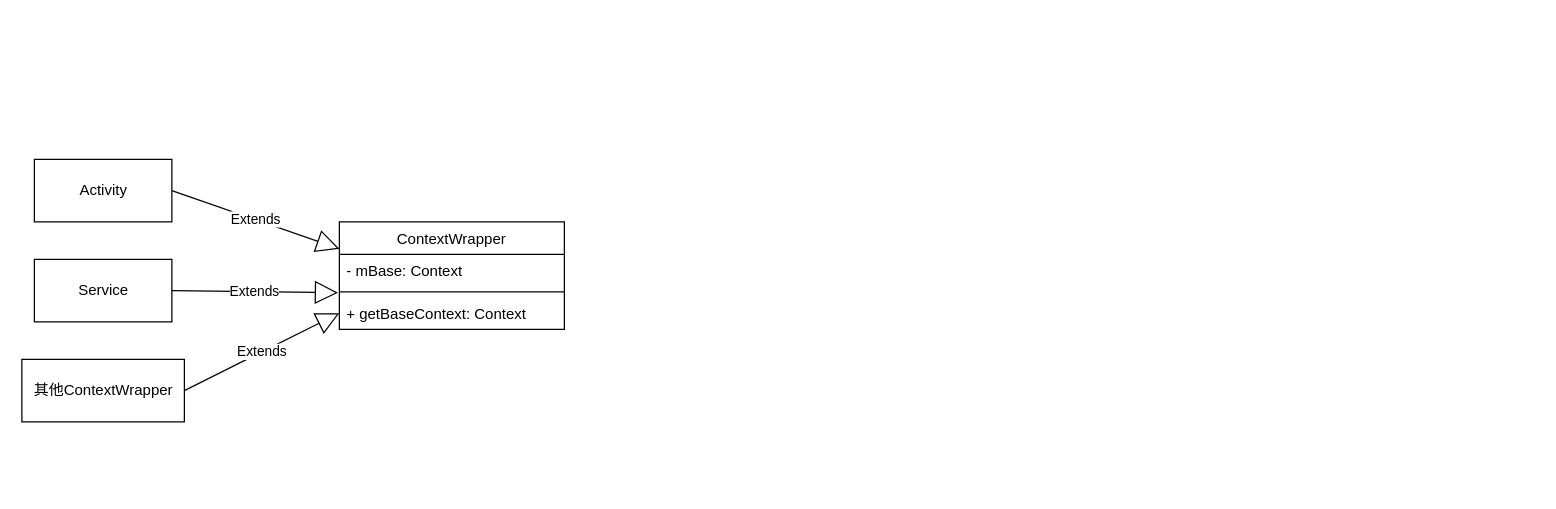
The draw.io diagram Untitled Diagram.drawio in Eanam/PointlessDiagram, before the edit. Source tidied: cells renumbered, new cells numbered last; positions are measured from the earlier drawing's top-left corner, leaving out a move shared by most shapes. Both pictures are drawn from the tidied source at 125%, with x=0, y=0 at pixel (21, 159).
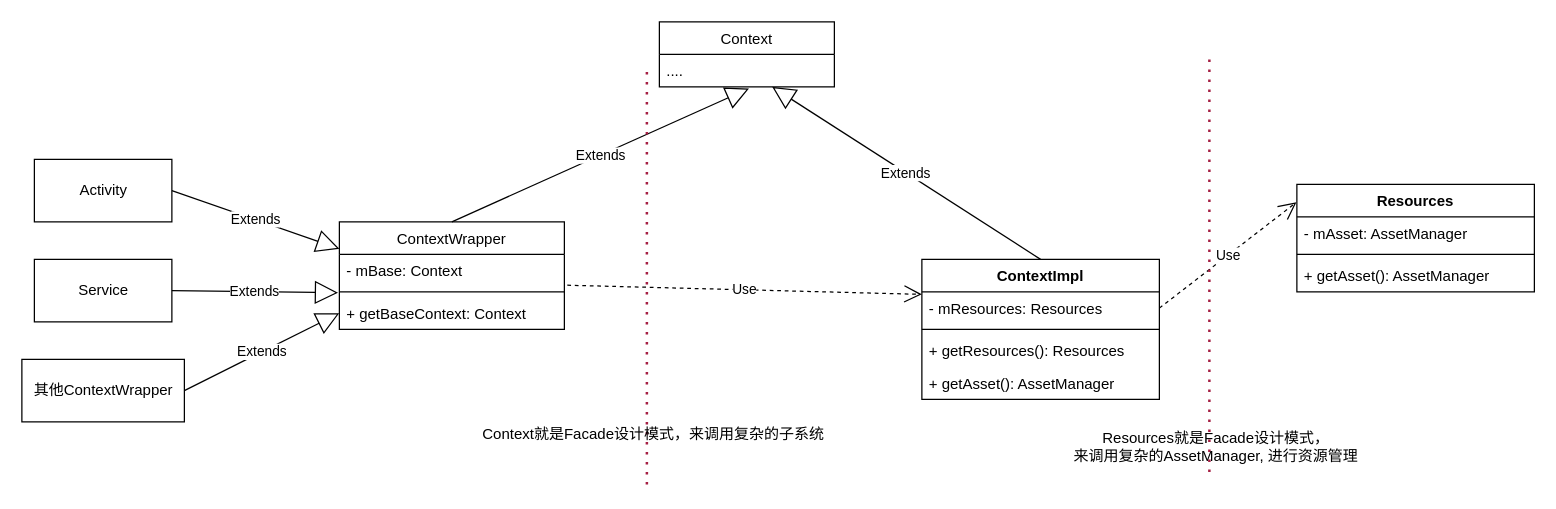
The same diagram, later.

Unchanged cells that the change refers to:
```xml
<mxCell id="5" value="ContextWrapper" style="swimlane;fontStyle=0;horizontal=1;startSize=26;fillColor=none;" parent="1" vertex="1">
  <mxGeometry x="254" y="50" width="180" height="86" as="geometry" />
</mxCell>
<mxCell id="6" value="- mBase: Context" style="text;strokeColor=none;fillColor=none;align=left;verticalAlign=top;spacingLeft=4;spacingRight=4;overflow=hidden;points=[[0,0.5],[1,0.5]];portConstraint=eastwest;" parent="5" vertex="1">
  <mxGeometry y="26" width="180" height="26" as="geometry" />
</mxCell>
```

Diff of the diagram source:
```diff
@@
+    <mxCell id="12" value="ContextImpl" style="swimlane;fontStyle=1;align=center;verticalAlign=top;horizontal=1;startSize=26;" parent="1" vertex="1">
+      <mxGeometry x="720" y="80" width="190" height="112" as="geometry" />
+    </mxCell>
+    <mxCell id="13" value="- mResources: Resources" style="text;strokeColor=none;fillColor=none;align=left;verticalAlign=top;spacingLeft=4;spacingRight=4;overflow=hidden;points=[[0,0.5],[1,0.5]];portConstraint=eastwest;" parent="12" vertex="1">
+      <mxGeometry y="26" width="190" height="26" as="geometry" />
+    </mxCell>
+    <mxCell id="14" style="line;strokeWidth=1;fillColor=none;align=left;verticalAlign=middle;spacingTop=-1;spacingLeft=3;spacingRight=3;labelPosition=right;" parent="12" vertex="1">
+      <mxGeometry y="52" width="190" height="8" as="geometry" />
+    </mxCell>
+    <mxCell id="15" value="+ getResources(): Resources" style="text;strokeColor=none;fillColor=none;align=left;verticalAlign=top;spacingLeft=4;spacingRight=4;overflow=hidden;" parent="12" vertex="1">
+      <mxGeometry y="60" width="190" height="26" as="geometry" />
+    </mxCell>
+    <mxCell id="16" value="+ getAsset(): AssetManager" style="text;strokeColor=none;fillColor=none;align=left;verticalAlign=top;spacingLeft=4;spacingRight=4;overflow=hidden;" parent="12" vertex="1">
+      <mxGeometry y="86" width="190" height="26" as="geometry" />
+    </mxCell>
+    <mxCell id="17" value="Context" style="swimlane;fontStyle=0;horizontal=1;startSize=26;fillColor=none;" parent="1" vertex="1">
+      <mxGeometry x="510" y="-110" width="140" height="52" as="geometry" />
+    </mxCell>
+    <mxCell id="18" value="...." style="text;strokeColor=none;fillColor=none;align=left;verticalAlign=top;spacingLeft=4;spacingRight=4;overflow=hidden;points=[[0,0.5],[1,0.5]];portConstraint=eastwest;" parent="17" vertex="1">
+      <mxGeometry y="26" width="140" height="26" as="geometry" />
+    </mxCell>
+    <mxCell id="19" value="Extends" style="endArrow=block;endSize=16;endFill=0;html=1;exitX=0.5;exitY=0;exitDx=0;exitDy=0;entryX=0.512;entryY=1.051;entryDx=0;entryDy=0;entryPerimeter=0;" parent="1" edge="1" source="5" target="18">
+      <mxGeometry relative="1" as="geometry" />
+    </mxCell>
+    <mxCell id="20" value="Extends" style="endArrow=block;endSize=16;endFill=0;html=1;exitX=0.5;exitY=0;exitDx=0;exitDy=0;" parent="1" edge="1" source="12" target="18">
+      <mxGeometry relative="1" as="geometry" />
+    </mxCell>
+    <mxCell id="21" value="Use" style="endArrow=open;endSize=12;dashed=1;html=1;exitX=1.013;exitY=0.949;exitDx=0;exitDy=0;exitPerimeter=0;entryX=0;entryY=0.25;entryDx=0;entryDy=0;" parent="1" edge="1" source="6" target="12">
+      <mxGeometry relative="1" as="geometry" />
+    </mxCell>
+    <mxCell id="22" style="endArrow=none;dashed=1;html=1;dashPattern=1 3;strokeWidth=2;fillColor=#d80073;strokeColor=#A51F43;" parent="1" edge="1">
+      <mxGeometry relative="1" as="geometry">
+        <mxPoint x="500" y="260" as="sourcePoint" />
+        <mxPoint x="500" y="-70" as="targetPoint" />
+      </mxGeometry>
+    </mxCell>
+    <mxCell id="23" value="Context就是Facade设计模式，来调用复杂的子系统" style="text;html=1;align=center;verticalAlign=middle;strokeColor=none;" parent="1" vertex="1">
+      <mxGeometry x="360" y="210" width="290" height="20" as="geometry" />
+    </mxCell>
+    <mxCell id="24" value="Resources" style="swimlane;fontStyle=1;align=center;verticalAlign=top;horizontal=1;startSize=26;" parent="1" vertex="1">
+      <mxGeometry x="1020" y="20" width="190" height="86" as="geometry" />
+    </mxCell>
+    <mxCell id="25" value="- mAsset: AssetManager" style="text;strokeColor=none;fillColor=none;align=left;verticalAlign=top;spacingLeft=4;spacingRight=4;overflow=hidden;" parent="24" vertex="1">
+      <mxGeometry y="26" width="190" height="26" as="geometry" />
+    </mxCell>
+    <mxCell id="26" style="line;strokeWidth=1;fillColor=none;align=left;verticalAlign=middle;spacingTop=-1;spacingLeft=3;spacingRight=3;labelPosition=right;" parent="24" vertex="1">
+      <mxGeometry y="52" width="190" height="8" as="geometry" />
+    </mxCell>
+    <mxCell id="27" value="+ getAsset(): AssetManager" style="text;strokeColor=none;fillColor=none;align=left;verticalAlign=top;spacingLeft=4;spacingRight=4;overflow=hidden;" parent="24" vertex="1">
+      <mxGeometry y="60" width="190" height="26" as="geometry" />
+    </mxCell>
+    <mxCell id="28" value="Use" style="endArrow=open;endSize=12;dashed=1;html=1;exitX=1;exitY=0.5;exitDx=0;exitDy=0;entryX=-0.002;entryY=0.167;entryDx=0;entryDy=0;entryPerimeter=0;" parent="1" edge="1" source="13" target="24">
+      <mxGeometry relative="1" as="geometry" />
+    </mxCell>
+    <mxCell id="29" style="endArrow=none;dashed=1;html=1;dashPattern=1 3;strokeWidth=2;fillColor=#d80073;strokeColor=#A51F43;" parent="1" edge="1">
+      <mxGeometry relative="1" as="geometry">
+        <mxPoint x="950" y="250" as="sourcePoint" />
+        <mxPoint x="950" y="-80" as="targetPoint" />
+      </mxGeometry>
+    </mxCell>
+    <mxCell id="30" value="Resources就是Facade设计模式，&lt;br&gt;来调用复杂的AssetManager, 进行资源管理" style="text;html=1;align=center;verticalAlign=middle;strokeColor=none;" parent="1" vertex="1">
+      <mxGeometry x="835" y="215" width="240" height="30" as="geometry" />
+    </mxCell>
```
